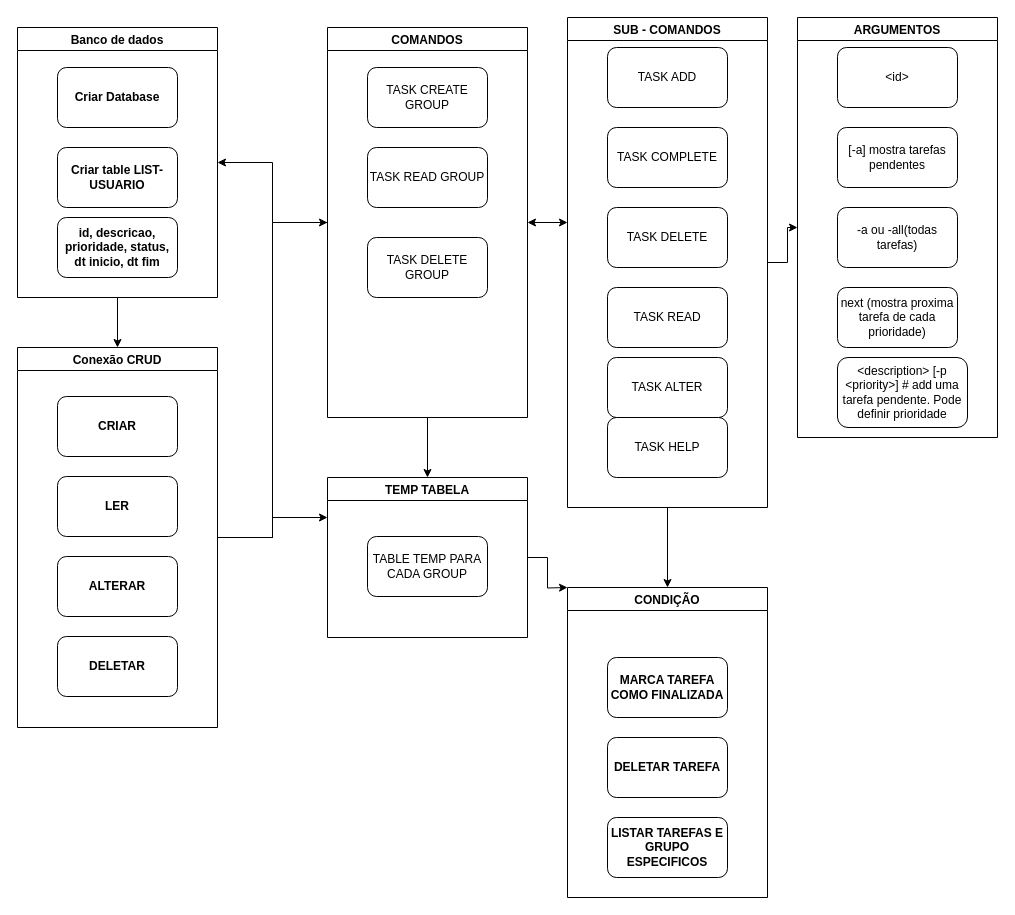
This is Doc/estrutura_projeto.drawio from SamuelFLM/CrudTaskPython, a draw.io file, before an edit. Source tidied: cells renumbered, new cells numbered last; positions are measured from the earlier drawing's top-left corner, leaving out a move shared by most shapes. Both pictures are drawn from the tidied source at 100%, with x=0, y=0 at pixel (17, 17).
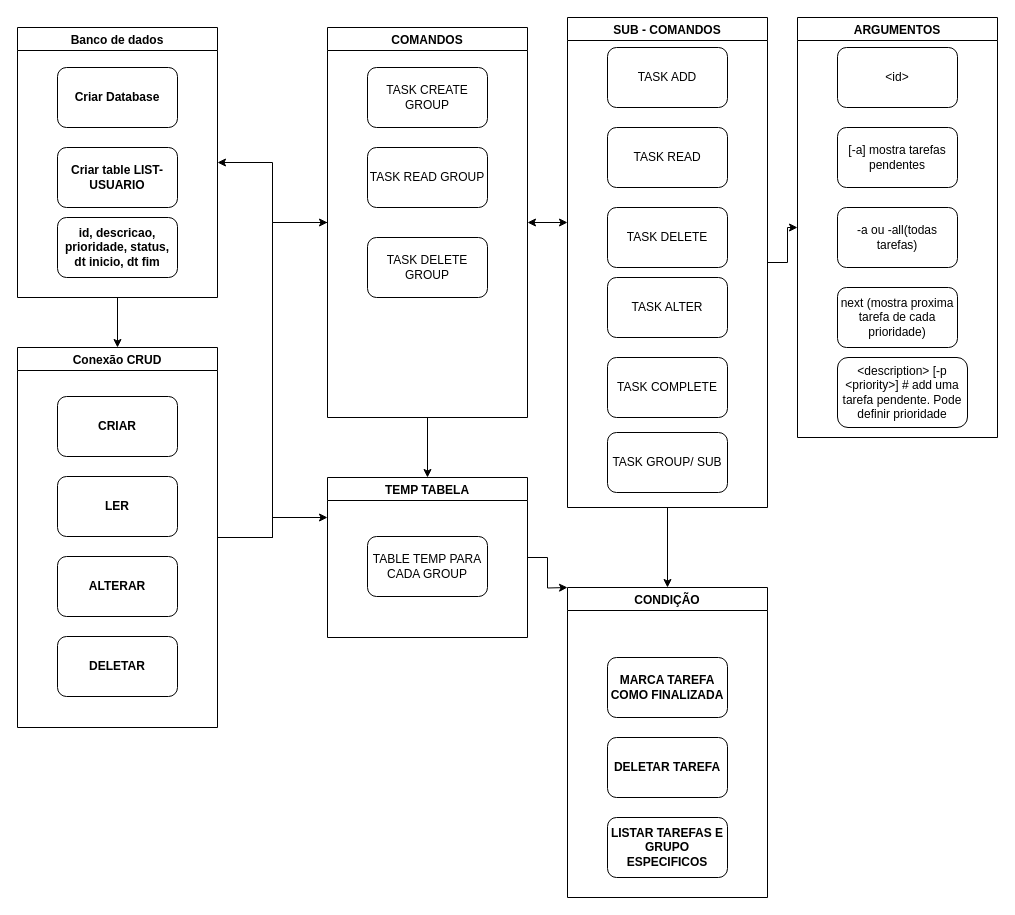
Above is the later version.

The change refers to these unchanged cells:
```xml
<mxCell id="22" value="SUB - COMANDOS" style="swimlane;" parent="1" vertex="1">
  <mxGeometry x="550" width="200" height="490" as="geometry" />
</mxCell>
```

The edit, as a diff of the source:
```diff
@@
     <mxCell id="24" value="TASK COMPLETE" style="rounded=1;whiteSpace=wrap;html=1;" parent="22" vertex="1">
-      <mxGeometry x="40" y="110" width="120" height="60" as="geometry" />
+      <mxGeometry x="40" y="340" width="120" height="60" as="geometry" />
     </mxCell>
@@
     <mxCell id="26" value="TASK READ" style="rounded=1;whiteSpace=wrap;html=1;" parent="22" vertex="1">
-      <mxGeometry x="40" y="270" width="120" height="60" as="geometry" />
+      <mxGeometry x="40" y="110" width="120" height="60" as="geometry" />
     </mxCell>
     <mxCell id="27" value="TASK ALTER" style="rounded=1;whiteSpace=wrap;html=1;" parent="22" vertex="1">
-      <mxGeometry x="40" y="340" width="120" height="60" as="geometry" />
+      <mxGeometry x="40" y="260" width="120" height="60" as="geometry" />
     </mxCell>
-    <mxCell id="28" value="TASK HELP" style="rounded=1;whiteSpace=wrap;html=1;" parent="22" vertex="1">
-      <mxGeometry x="40" y="400" width="120" height="60" as="geometry" />
-    </mxCell>
+    <mxCell id="43" value="TASK GROUP/ SUB&lt;br&gt;" style="rounded=1;whiteSpace=wrap;html=1;" parent="22" vertex="1">
+      <mxGeometry x="40" y="415" width="120" height="60" as="geometry" />
+    </mxCell>
```
